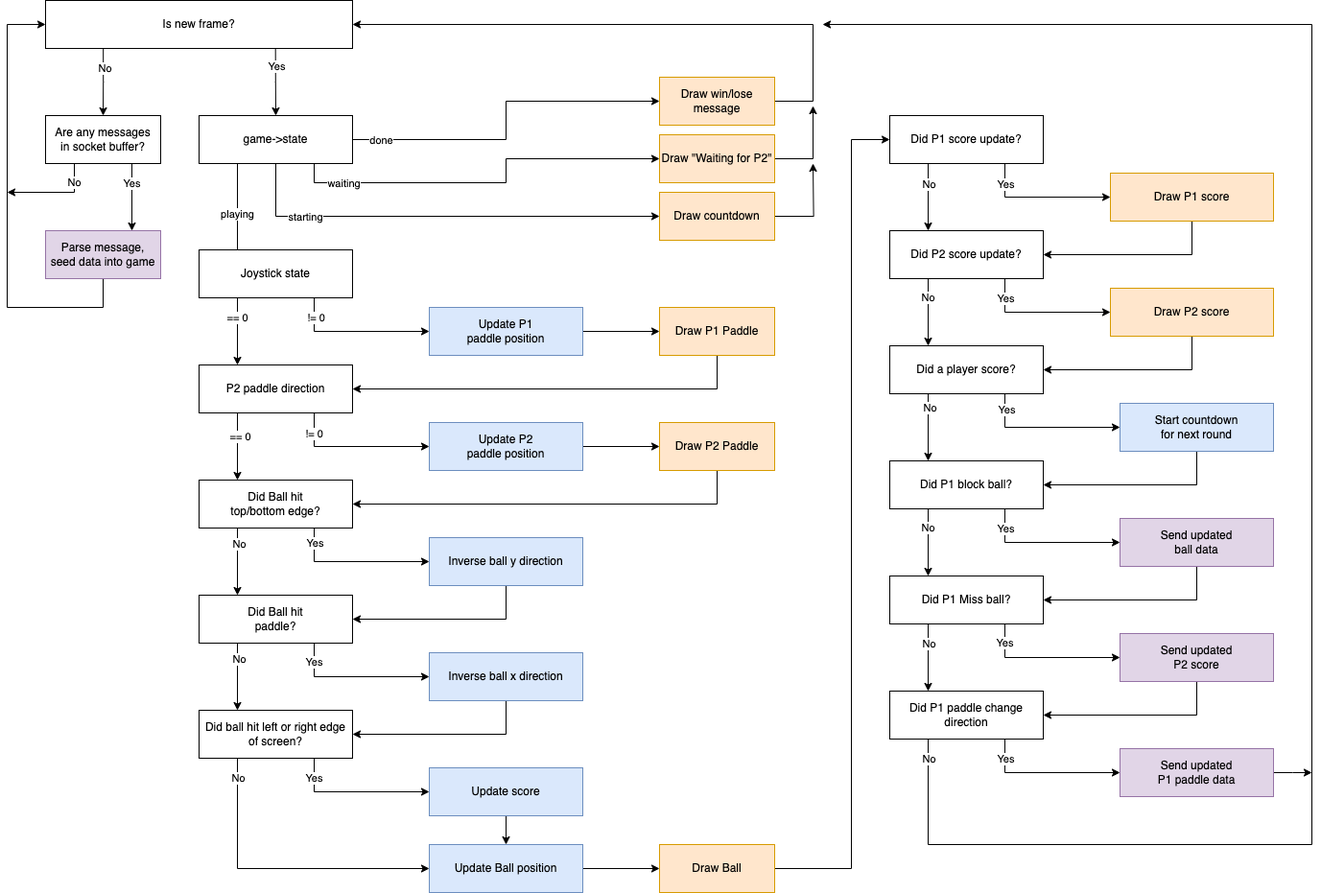
Above: game-flow.drawio.png in aaronholsonege/eec172-spring23-lab6 (draw.io), before the change. Source tidied: cells renumbered, new cells last; positions are measured from the earlier drawing's top-left corner, leaving out a move shared by most shapes.
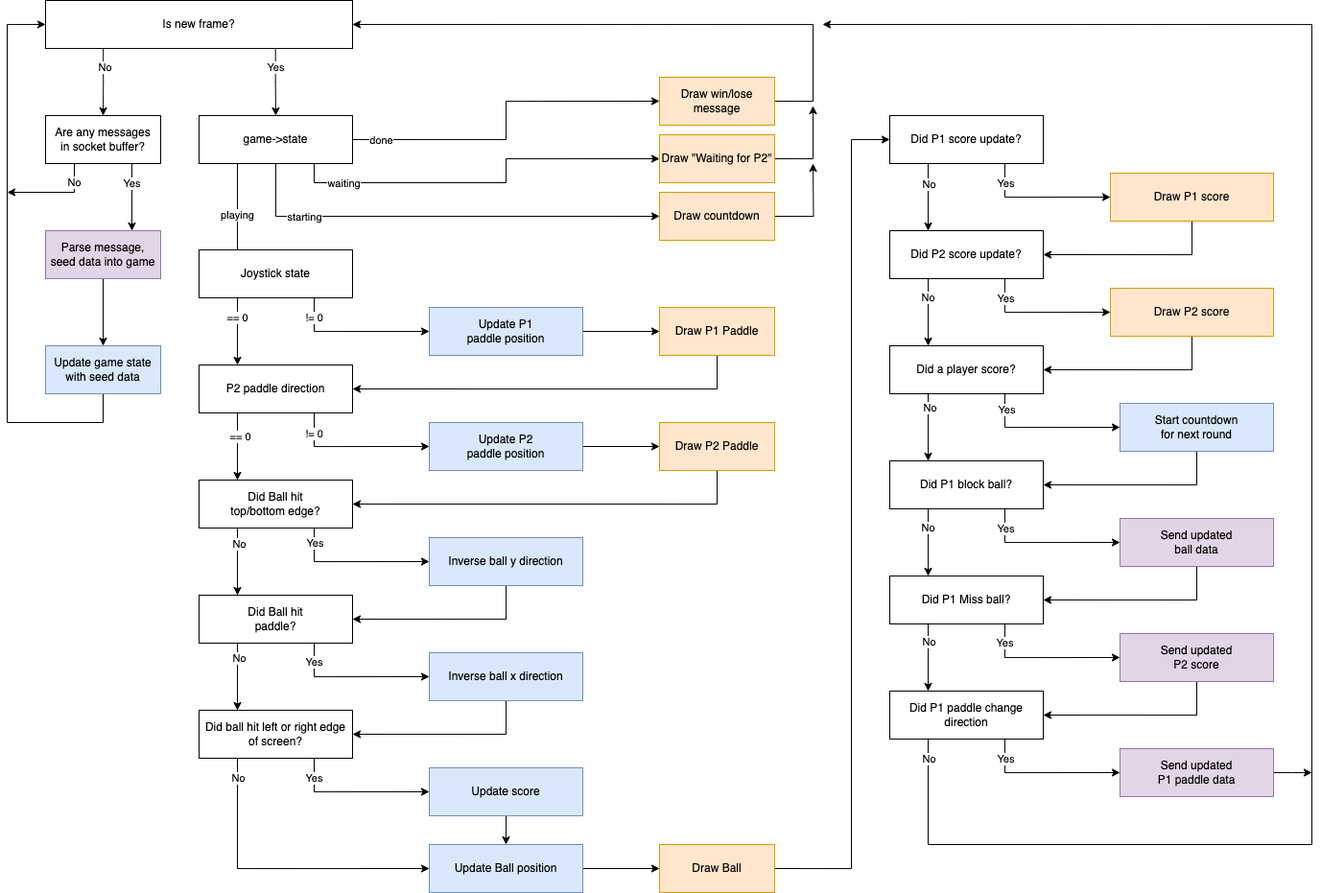
Above is the later version.

The edit, as a diff of the source:
```diff
@@ -36,15 +36,18 @@
     <mxCell id="10" value="Are any messages&lt;br&gt;in socket buffer?" style="rounded=0;whiteSpace=wrap;html=1;" parent="1" vertex="1">
       <mxGeometry x="40" y="120" width="120" height="50" as="geometry" />
     </mxCell>
-    <mxCell id="11" style="edgeStyle=orthogonalEdgeStyle;rounded=0;jettySize=auto;html=1;exitX=0.5;exitY=1;exitDx=0;exitDy=0;entryX=0;entryY=0.5;entryDx=0;entryDy=0;" parent="1" edge="1" source="12" target="6">
+    <mxCell id="11" style="edgeStyle=orthogonalEdgeStyle;rounded=0;jettySize=auto;html=1;exitX=0.5;exitY=1;exitDx=0;exitDy=0;entryX=0;entryY=0.5;entryDx=0;entryDy=0;" parent="1" edge="1" source="110" target="6">
       <mxGeometry relative="1" as="geometry">
         <Array as="points">
-          <mxPoint x="100" y="320" />
-          <mxPoint y="320" />
+          <mxPoint x="100" y="440" />
+          <mxPoint y="440" />
           <mxPoint y="25" />
         </Array>
       </mxGeometry>
     </mxCell>
+    <mxCell id="109" style="edgeStyle=orthogonalEdgeStyle;rounded=0;jettySize=auto;html=1;exitX=0.5;exitY=1;exitDx=0;exitDy=0;entryX=0.5;entryY=0;entryDx=0;entryDy=0;" parent="1" edge="1" source="12" target="110">
+      <mxGeometry relative="1" as="geometry" />
+    </mxCell>
     <mxCell id="12" value="Parse message,&lt;br&gt;seed data into game" style="rounded=0;whiteSpace=wrap;html=1;fillColor=#e1d5e7;strokeColor=#9673a6;" parent="1" vertex="1">
       <mxGeometry x="40" y="240" width="120" height="50" as="geometry" />
     </mxCell>
@@ -415,5 +418,8 @@
     <mxCell id="108" value="Update Ball position" style="rounded=0;whiteSpace=wrap;html=1;fillColor=#dae8fc;strokeColor=#6c8ebf;" parent="1" vertex="1">
       <mxGeometry x="440" y="880" width="160" height="50" as="geometry" />
     </mxCell>
+    <mxCell id="110" value="Update game state with seed data" style="rounded=0;whiteSpace=wrap;html=1;fillColor=#dae8fc;strokeColor=#6c8ebf;" parent="1" vertex="1">
+      <mxGeometry x="40" y="360" width="120" height="50" as="geometry" />
+    </mxCell>
   </root>
 </mxGraphModel>
```
